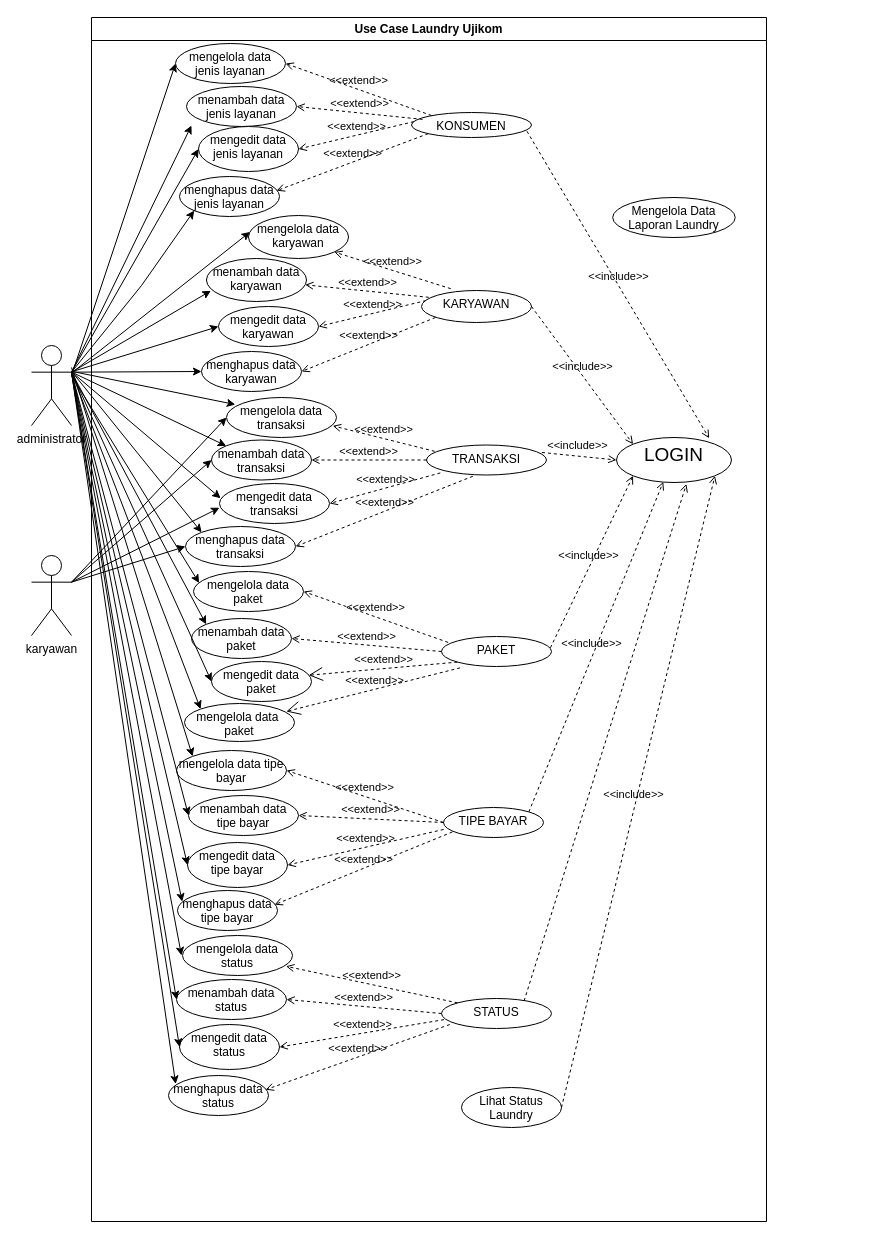
This is page "Page-5" (5 of 5) of Desain Ujikom.drawio from alditasptnsr/ujikom_aldita, a draw.io file, before an edit. Source tidied: cells renumbered, new cells numbered last; positions are measured from the earlier drawing's top-left corner, leaving out a move shared by most shapes. Both pictures are drawn from the tidied source at 100%, with x=0, y=0 at pixel (31, 17).
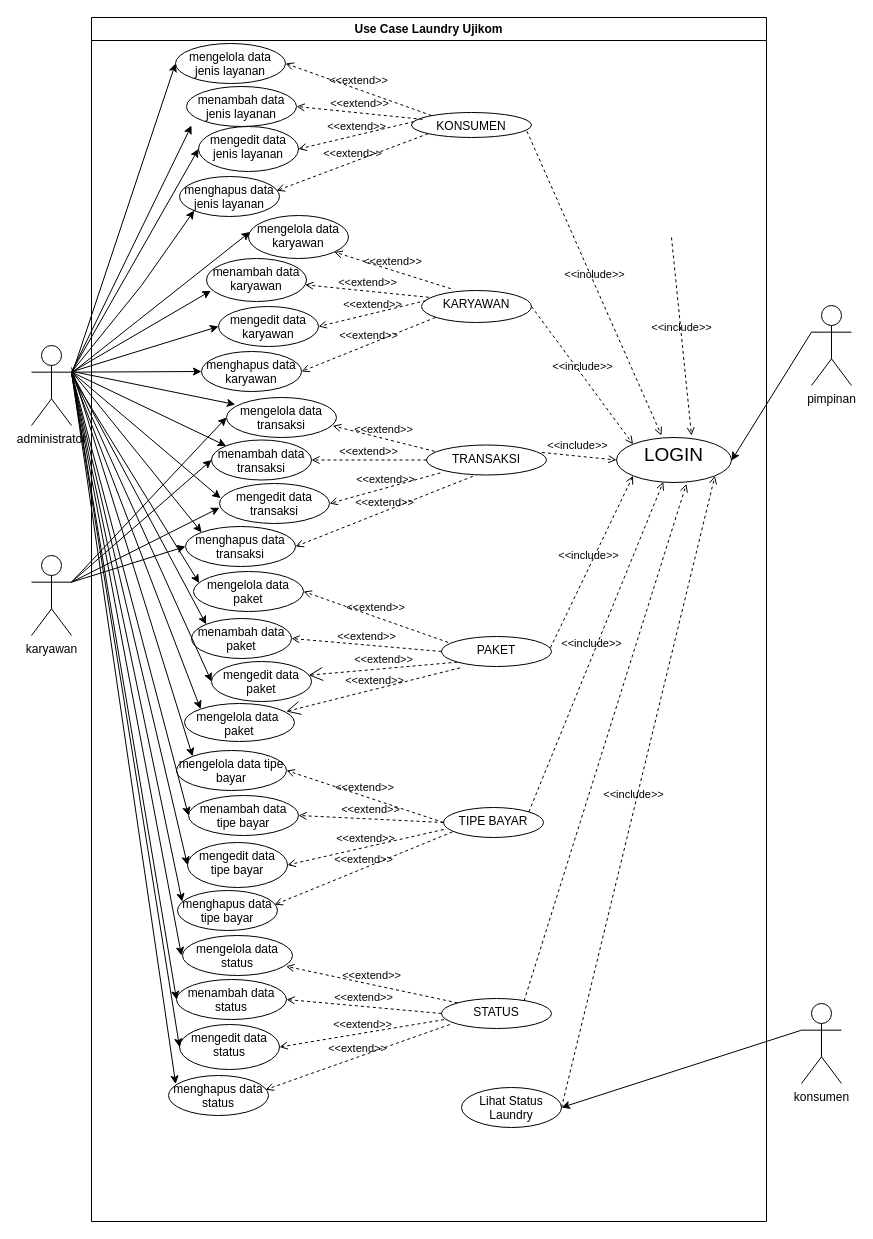
After the change.

The change refers to these unchanged cells:
```xml
<mxCell id="2" value="Use Case Laundry Ujikom" style="swimlane;whiteSpace=wrap;html=1;" parent="1" vertex="1">
  <mxGeometry x="60" width="675" height="1204" as="geometry" />
</mxCell>
<mxCell id="11" value="&lt;font style=&quot;font-size: 19px;&quot;&gt;LOGIN&lt;/font&gt;" style="ellipse;whiteSpace=wrap;html=1;verticalAlign=top;" parent="2" vertex="1">
  <mxGeometry x="525" y="420" width="115" height="45" as="geometry" />
</mxCell>
<mxCell id="17" value="KONSUMEN" style="ellipse;whiteSpace=wrap;html=1;verticalAlign=top;" parent="2" vertex="1">
  <mxGeometry x="320" y="95" width="120" height="25" as="geometry" />
</mxCell>
<mxCell id="64" value="Lihat Status Laundry" style="ellipse;whiteSpace=wrap;html=1;verticalAlign=top;" parent="2" vertex="1">
  <mxGeometry x="370" y="1070" width="100" height="40" as="geometry" />
</mxCell>
```

The edit, as a diff of the source:
```diff
@@
-    <mxCell id="24" value="&amp;lt;&amp;lt;include&amp;gt;&amp;gt;" style="html=1;verticalAlign=bottom;labelBackgroundColor=none;endArrow=open;endFill=0;dashed=1;rounded=0;entryX=0.806;entryY=0.017;entryDx=0;entryDy=0;entryPerimeter=0;exitX=0.962;exitY=0.75;exitDx=0;exitDy=0;exitPerimeter=0;" parent="2" edge="1" source="17" target="11">
-      <mxGeometry relative="1" as="geometry" />
+    <mxCell id="24" value="&amp;lt;&amp;lt;include&amp;gt;&amp;gt;" style="html=1;verticalAlign=bottom;labelBackgroundColor=none;endArrow=open;endFill=0;dashed=1;rounded=0;exitX=0.962;exitY=0.75;exitDx=0;exitDy=0;exitPerimeter=0;" parent="2" edge="1" source="17">
+      <mxGeometry relative="1" as="geometry">
+        <mxPoint x="570" y="418" as="targetPoint" />
+      </mxGeometry>
     </mxCell>
@@
-    <mxCell id="65" value="Mengelola Data Laporan Laundry" style="ellipse;whiteSpace=wrap;html=1;verticalAlign=top;" parent="2" vertex="1">
-      <mxGeometry x="521.2" y="180" width="122.5" height="40" as="geometry" />
-    </mxCell>
@@
+    <mxCell id="97" value="&amp;lt;&amp;lt;include&amp;gt;&amp;gt;" style="html=1;verticalAlign=bottom;labelBackgroundColor=none;endArrow=open;endFill=0;dashed=1;rounded=0;exitX=0.962;exitY=0.75;exitDx=0;exitDy=0;exitPerimeter=0;" parent="2" edge="1">
+      <mxGeometry relative="1" as="geometry">
+        <mxPoint x="580" y="220" as="sourcePoint" />
+        <mxPoint x="600" y="418" as="targetPoint" />
+      </mxGeometry>
+    </mxCell>
@@
+    <mxCell id="98" style="rounded=0;jettySize=auto;html=1;entryX=1;entryY=0.5;entryDx=0;entryDy=0;exitX=0;exitY=0.3333333333333333;exitDx=0;exitDy=0;exitPerimeter=0;" parent="1" edge="1" source="99" target="64">
+      <mxGeometry relative="1" as="geometry" />
+    </mxCell>
+    <mxCell id="99" value="konsumen" style="shape=umlActor;verticalLabelPosition=bottom;verticalAlign=top;html=1;outlineConnect=0;" parent="1" vertex="1">
+      <mxGeometry x="770" y="986" width="40" height="80" as="geometry" />
+    </mxCell>
+    <mxCell id="100" style="rounded=0;jettySize=auto;html=1;exitX=0;exitY=0.3333333333333333;exitDx=0;exitDy=0;exitPerimeter=0;" parent="1" edge="1" source="101">
+      <mxGeometry relative="1" as="geometry">
+        <mxPoint x="700" y="443" as="targetPoint" />
+      </mxGeometry>
+    </mxCell>
+    <mxCell id="101" value="pimpinan" style="shape=umlActor;verticalLabelPosition=bottom;verticalAlign=top;html=1;outlineConnect=0;" parent="1" vertex="1">
+      <mxGeometry x="780" y="288" width="40" height="80" as="geometry" />
+    </mxCell>
```
